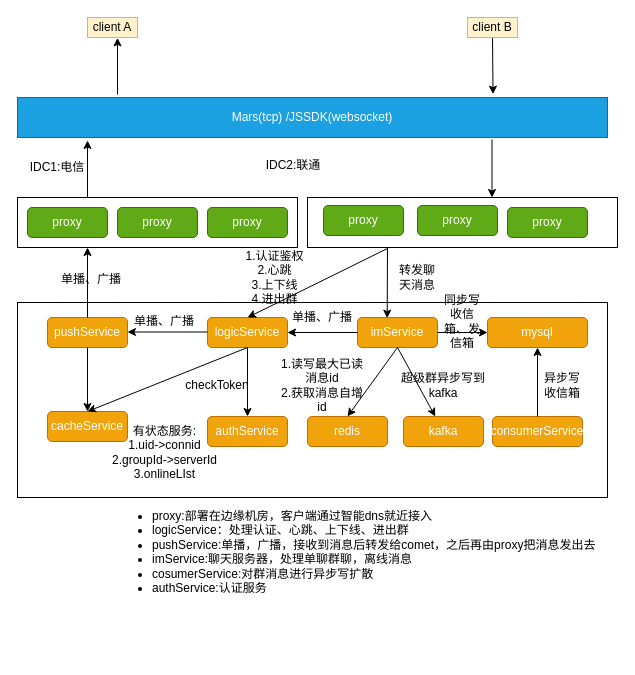
Above: arch/goim/goim.drawio in zhangchuhu/drawio (draw.io), before the change. Source tidied: cells renumbered, new cells numbered last; positions are measured from the earlier drawing's top-left corner, leaving out a move shared by most shapes. Both pictures are drawn from the tidied source at 100%, with x=0, y=0 at pixel (17, 17).
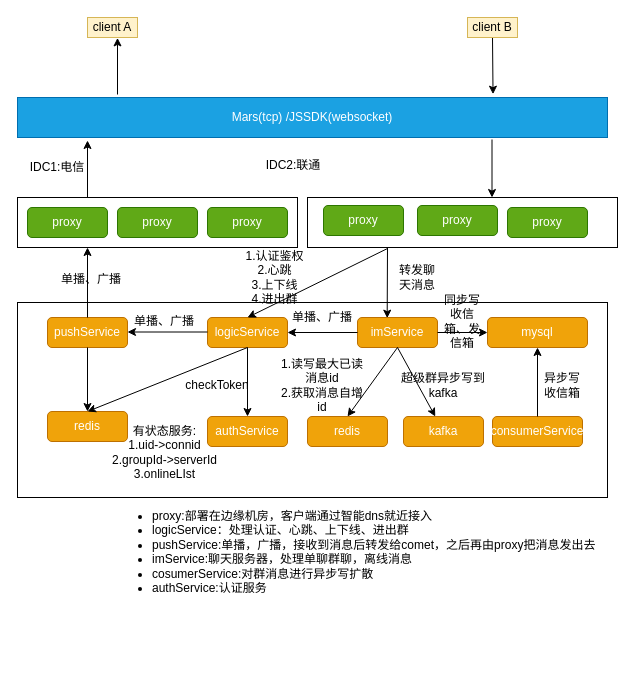
Above is the later version.

What changed in the source:
```diff
@@
-    <mxCell id="13" value="cacheService" style="rounded=1;whiteSpace=wrap;html=1;fillColor=#f0a30a;strokeColor=#BD7000;fontColor=#ffffff;" parent="1" vertex="1">
+    <mxCell id="13" value="redis" style="rounded=1;whiteSpace=wrap;html=1;fillColor=#f0a30a;strokeColor=#BD7000;fontColor=#ffffff;" parent="1" vertex="1">
       <mxGeometry x="30" y="394" width="80" height="30" as="geometry" />
     </mxCell>
```
